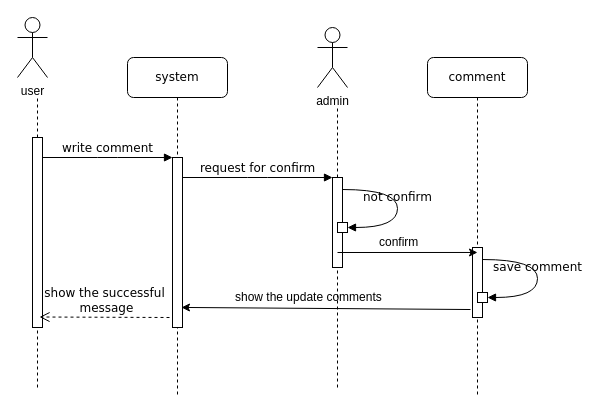
Above: sequence/comment.drawio in aenad/iut_foods (draw.io), before the change. Source tidied: cells renumbered, new cells numbered last; positions are measured from the earlier drawing's top-left corner, leaving out a move shared by most shapes. Both pictures are drawn from the tidied source at 100%, with x=0, y=0 at pixel (17, 17).
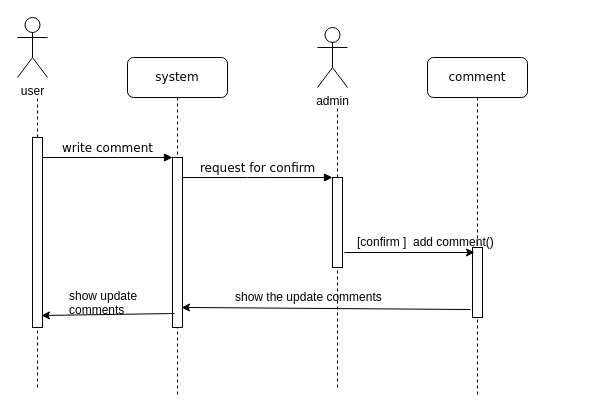
After the change.

The change refers to these unchanged cells:
```xml
<mxCell id="5" style="html=1;points=[];perimeter=orthogonalPerimeter;rounded=0;shadow=0;comic=0;labelBackgroundColor=none;strokeColor=#000000;strokeWidth=1;fillColor=#FFFFFF;fontFamily=Verdana;fontSize=12;fontColor=#000000;align=center;" parent="1" vertex="1">
  <mxGeometry x="455" y="230" width="10" height="70" as="geometry" />
</mxCell>
```

Change to the diagram source:
```diff
@@
-    <mxCell id="16" value="not confirm" style="html=1;verticalAlign=bottom;endArrow=block;labelBackgroundColor=none;fontFamily=Verdana;fontSize=12;elbow=vertical;edgeStyle=orthogonalEdgeStyle;curved=1;entryX=1;entryY=0.286;entryPerimeter=0;exitX=1.038;exitY=0.345;exitPerimeter=0;" parent="1" edge="1">
-      <mxGeometry relative="1" as="geometry">
-        <mxPoint x="325" y="172" as="sourcePoint" />
-        <mxPoint x="330" y="210" as="targetPoint" />
-        <Array as="points">
-          <mxPoint x="380" y="172" />
-          <mxPoint x="380" y="210" />
-        </Array>
-      </mxGeometry>
-    </mxCell>
-    <mxCell id="17" style="whiteSpace=wrap;html=1;" parent="1" vertex="1">
-      <mxGeometry x="320" y="205" width="10" height="10" as="geometry" />
-    </mxCell>
-    <mxCell id="18" style="endArrow=classic;html=1;entryX=0.5;entryY=0.071;entryDx=0;entryDy=0;entryPerimeter=0;" parent="1" edge="1" target="5">
+    <mxCell id="18" style="endArrow=classic;html=1;entryX=0.5;entryY=0.071;entryDx=0;entryDy=0;entryPerimeter=0;" parent="1" edge="1">
       <mxGeometry relative="1" as="geometry">
-        <mxPoint x="320" y="235" as="sourcePoint" />
+        <mxPoint x="327" y="235" as="sourcePoint" />
+        <mxPoint x="457" y="235" as="targetPoint" />
       </mxGeometry>
     </mxCell>
-    <mxCell id="19" value="confirm&amp;nbsp;" style="text;html=1;align=left;verticalAlign=top;spacingTop=-4;" parent="1" vertex="1">
-      <mxGeometry x="360" y="215" width="60" height="20" as="geometry" />
+    <mxCell id="19" value="[confirm&amp;nbsp;]&amp;nbsp; add comment()" style="text;html=1;align=left;verticalAlign=top;spacingTop=-4;" parent="1" vertex="1">
+      <mxGeometry x="338" y="215" width="150" height="20" as="geometry" />
     </mxCell>
-    <mxCell id="20" value="&lt;span&gt;show the successful&lt;br&gt;&amp;nbsp;message&lt;/span&gt;" style="html=1;verticalAlign=bottom;endArrow=open;dashed=1;endSize=8;labelBackgroundColor=none;fontFamily=Verdana;fontSize=12;edgeStyle=elbowEdgeStyle;elbow=vertical;" parent="1" edge="1">
-      <mxGeometry relative="1" as="geometry">
-        <mxPoint x="152" y="300" as="sourcePoint" />
-        <mxPoint x="22" y="300" as="targetPoint" />
-        <Array as="points">
-          <mxPoint x="132" y="299.5" />
-          <mxPoint x="162" y="299.5" />
-        </Array>
-      </mxGeometry>
-    </mxCell>
@@
-    <mxCell id="23" value="save comment" style="html=1;verticalAlign=bottom;endArrow=block;labelBackgroundColor=none;fontFamily=Verdana;fontSize=12;elbow=vertical;edgeStyle=orthogonalEdgeStyle;curved=1;entryX=1;entryY=0.286;entryPerimeter=0;exitX=1.038;exitY=0.345;exitPerimeter=0;" parent="1" edge="1">
-      <mxGeometry relative="1" as="geometry">
-        <mxPoint x="465" y="242" as="sourcePoint" />
-        <mxPoint x="470" y="280" as="targetPoint" />
-        <Array as="points">
-          <mxPoint x="520" y="242" />
-          <mxPoint x="520" y="280" />
-        </Array>
-      </mxGeometry>
-    </mxCell>
-    <mxCell id="24" style="whiteSpace=wrap;html=1;" parent="1" vertex="1">
-      <mxGeometry x="460" y="275" width="10" height="10" as="geometry" />
-    </mxCell>
+    <mxCell id="25" style="endArrow=classic;html=1;exitX=0.2;exitY=0.788;exitDx=0;exitDy=0;exitPerimeter=0;entryX=0.9;entryY=0.821;entryDx=0;entryDy=0;entryPerimeter=0;" parent="1" edge="1">
+      <mxGeometry relative="1" as="geometry">
+        <mxPoint x="157" y="296" as="sourcePoint" />
+        <mxPoint x="24" y="298" as="targetPoint" />
+      </mxGeometry>
+    </mxCell>
+    <mxCell id="26" value="&lt;div&gt;show update &lt;br&gt;&lt;/div&gt;&lt;div&gt;comments&lt;br&gt;&lt;/div&gt;" style="text;html=1;align=left;verticalAlign=top;spacingTop=-4;" parent="1" vertex="1">
+      <mxGeometry x="50" y="269" width="80" height="30" as="geometry" />
+    </mxCell>
```
